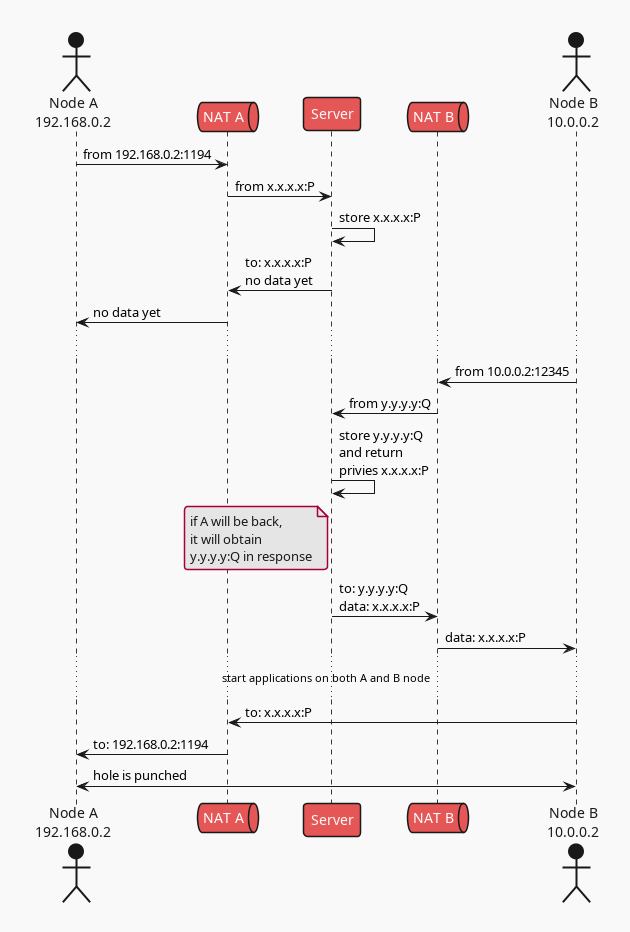
michurin/warehouse keeps this PlantUML diagram as go/network-hole-puncher/sequence-diagram.png. Above is the earlier version. Source of this version:
```plantuml
@startuml
!theme mars
<style>
root {
  Margin 30
}
</style>

actor "Node A\n192.168.0.2" as A
queue "NAT A" as NA
participant "Server" as C
queue "NAT B" as NB
actor "Node B\n10.0.0.2" as B

A -> NA: from 192.168.0.2:1194
NA -> C: from x.x.x.x:P
C -> C: store x.x.x.x:P
NA <- C: to: x.x.x.x:P\nno data yet
A <- NA: no data yet

...

B -> NB: from 10.0.0.2:12345
NB -> C: from y.y.y.y:Q
C -> C: store y.y.y.y:Q\nand return\nprivies x.x.x.x:P
note left C
if A will be back,
it will obtain
y.y.y.y:Q in response
end note
NB <- C: to: y.y.y.y:Q\ndata: x.x.x.x:P
B <- NB: data: x.x.x.x:P

... start applications on both A and B node ...

B -> NA: to: x.x.x.x:P
NA -> A: to: 192.168.0.2:1194
A <-> B: hole is punched

@enduml
```
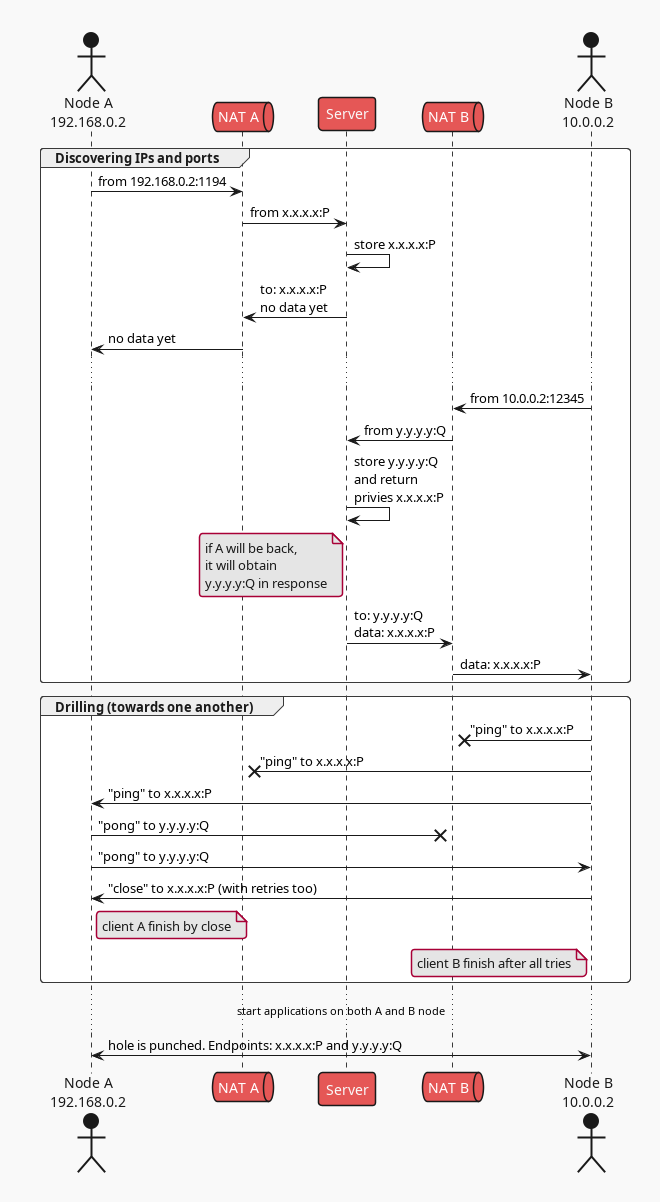
Later version of the same file.

Commit message:
Network hole puncher: update sequence diagram

What changed in the source:
```diff
@@ -11,6 +11,8 @@
 participant "Server" as C
 queue "NAT B" as NB
 actor "Node B\n10.0.0.2" as B
+
+group Discovering IPs and ports
 
 A -> NA: from 192.168.0.2:1194
 NA -> C: from x.x.x.x:P
@@ -31,10 +33,24 @@
 NB <- C: to: y.y.y.y:Q\ndata: x.x.x.x:P
 B <- NB: data: x.x.x.x:P
 
+end
+
+group Drilling (towards one another)
+
+NB x<- B: "ping" to x.x.x.x:P
+NA x<- B: "ping" to x.x.x.x:P
+A <- B: "ping" to x.x.x.x:P
+A ->x NB: "pong" to y.y.y.y:Q
+A -> B: "pong" to y.y.y.y:Q
+A <- B: "close" to x.x.x.x:P (with retries too)
+
+note right A: client A finish by close
+note left B: client B finish after all tries
+
+end
+
 ... start applications on both A and B node ...
 
-B -> NA: to: x.x.x.x:P
-NA -> A: to: 192.168.0.2:1194
-A <-> B: hole is punched
+A <-> B: hole is punched. Endpoints: x.x.x.x:P and y.y.y.y:Q
 
 @enduml
```
